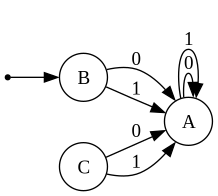
Earlier version of the Graphviz export webapp/webapp/static/dfa.gv.png (Daniels1610/DFA-to-CFG). Its source is kept beside it as webapp/webapp/static/dfa.gv.
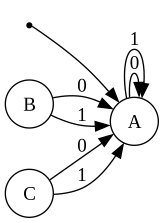
Above is the later version.

Diff of the diagram source:
```diff
@@ -2,8 +2,8 @@
 	rankdir=LR
 	node [shape=circle]
 	qi [shape=point]
-	B
-	qi -> B
+	A
+	qi -> A
 	A
 	B
 	C
```
